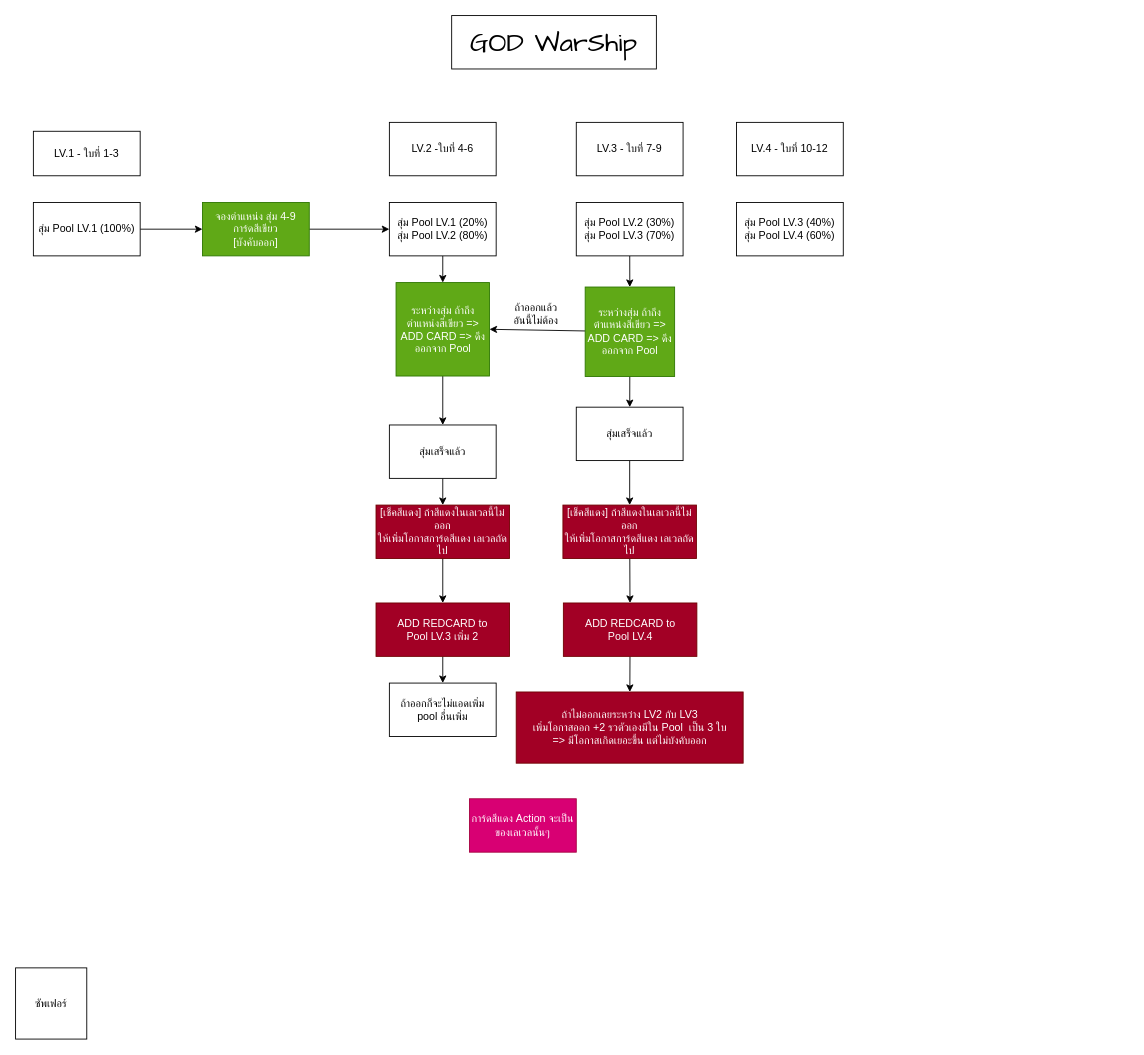
This is Assets/Game2_GodWorship/Scripts/Test.drawio from Tanayot-V/GamesFlexxBoardGame, a draw.io file, before an edit. Source tidied: cells renumbered, new cells numbered last; positions are measured from the earlier drawing's top-left corner, leaving out a move shared by most shapes. Both pictures are drawn from the tidied source at 89%, with x=0, y=0 at pixel (15, 15).
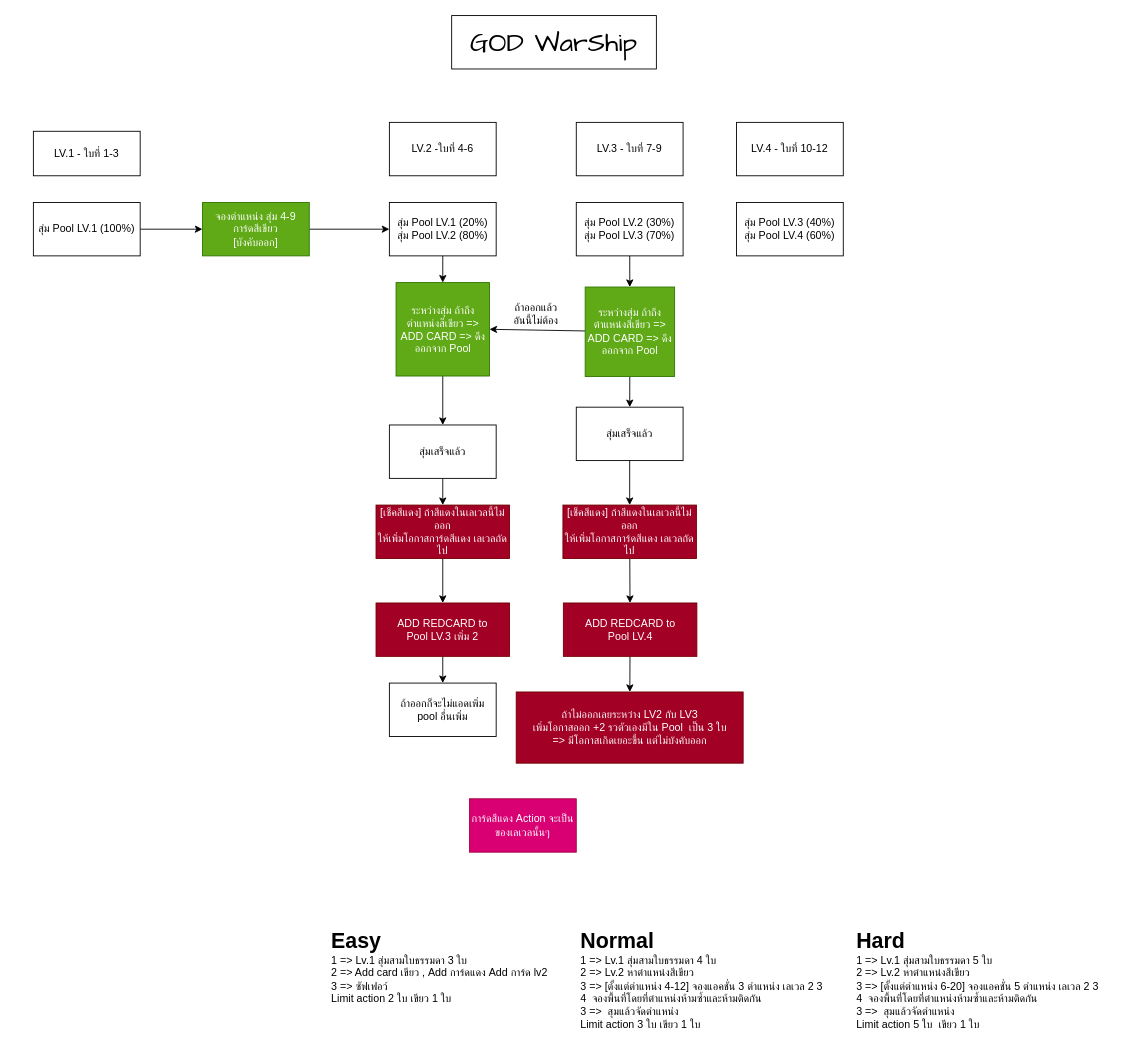
The same diagram, later.

What changed in the source:
```diff
@@
-    <mxCell id="37" value="ซัพเฟอร์" style="whiteSpace=wrap;html=1;" parent="1" vertex="1">
-      <mxGeometry y="1070" width="80" height="80" as="geometry" />
-    </mxCell>
+    <mxCell id="38" value="&lt;h1&gt;Easy&lt;br&gt;&lt;div style=&quot;font-size: 12px; font-weight: 400;&quot;&gt;&lt;span style=&quot;background-color: initial;&quot;&gt;1 =&amp;gt; Lv.1 สุ่มสามใบธรรมดา 3 ใบ&lt;/span&gt;&lt;/div&gt;&lt;div style=&quot;font-size: 12px; font-weight: 400;&quot;&gt;&lt;div&gt;&lt;span style=&quot;background-color: initial;&quot;&gt;2 =&amp;gt; Add card เขียว , Add การ์ดแดง Add การ์ด lv2&amp;nbsp;&lt;/span&gt;&lt;/div&gt;&lt;span style=&quot;background-color: initial;&quot;&gt;3 =&amp;gt; ซัฟเฟอว์&lt;br&gt;Limit action 2 ใบ&amp;nbsp;&lt;/span&gt;&lt;span style=&quot;background-color: initial;&quot;&gt;เขียว 1 ใบ&lt;/span&gt;&lt;/div&gt;&lt;/h1&gt;" style="text;html=1;strokeColor=none;fillColor=none;spacing=5;spacingTop=-20;whiteSpace=wrap;overflow=hidden;rounded=0;" parent="1" vertex="1">
+      <mxGeometry x="350" y="1020" width="270" height="120" as="geometry" />
+    </mxCell>
+    <mxCell id="39" value="&lt;h1&gt;Normal&lt;br&gt;&lt;div style=&quot;font-size: 12px; font-weight: 400;&quot;&gt;&lt;span style=&quot;background-color: initial;&quot;&gt;1 =&amp;gt; Lv.1 สุ่มสามใบธรรมดา 4 ใบ&lt;/span&gt;&lt;/div&gt;&lt;div style=&quot;font-size: 12px; font-weight: 400;&quot;&gt;&lt;div&gt;&lt;span style=&quot;background-color: initial;&quot;&gt;2 =&amp;gt; Lv.2 หาตำแหน่งสีเขียว&amp;nbsp;&lt;/span&gt;&lt;/div&gt;&lt;div&gt;&lt;span style=&quot;background-color: initial;&quot;&gt;3 =&amp;gt; [ตั้งแต่ตำแหน่ง 4-12] จองแอคชั่น 3 ตำแหน่ง เลเวล 2 3 4&amp;nbsp;&lt;/span&gt;&lt;span style=&quot;background-color: initial;&quot;&gt;&amp;nbsp;จองพื้นที่โดยที่ตำแหน่งห้ามซ้ำและห้ามติดกัน&lt;/span&gt;&lt;/div&gt;&lt;span style=&quot;background-color: initial;&quot;&gt;3 =&amp;gt;&amp;nbsp; สุมแล้วจัดตำแหน่ง&lt;/span&gt;&lt;/div&gt;&lt;div style=&quot;font-size: 12px; font-weight: 400;&quot;&gt;Limit action 3 ใบ เขียว 1 ใบ&lt;span style=&quot;background-color: initial;&quot;&gt;&lt;br&gt;&lt;/span&gt;&lt;/div&gt;&lt;/h1&gt;" style="text;html=1;strokeColor=none;fillColor=none;spacing=5;spacingTop=-20;whiteSpace=wrap;overflow=hidden;rounded=0;" parent="1" vertex="1">
+      <mxGeometry x="630" y="1020" width="310" height="120" as="geometry" />
+    </mxCell>
+    <mxCell id="40" value="&lt;h1&gt;Hard&lt;br&gt;&lt;div style=&quot;font-size: 12px; font-weight: 400;&quot;&gt;&lt;span style=&quot;background-color: initial;&quot;&gt;1 =&amp;gt; Lv.1 สุ่มสามใบธรรมดา 5 ใบ&lt;/span&gt;&lt;/div&gt;&lt;div style=&quot;font-size: 12px; font-weight: 400;&quot;&gt;&lt;div&gt;&lt;span style=&quot;background-color: initial;&quot;&gt;2 =&amp;gt; Lv.2 หาตำแหน่งสีเขียว&amp;nbsp;&lt;/span&gt;&lt;/div&gt;&lt;div&gt;&lt;span style=&quot;background-color: initial;&quot;&gt;3 =&amp;gt;&amp;nbsp;&lt;/span&gt;&lt;span style=&quot;background-color: initial;&quot;&gt;[ตั้งแต่ตำแหน่ง 6-20]&amp;nbsp;&lt;/span&gt;&lt;span style=&quot;background-color: initial;&quot;&gt;จองแอคชั่น 5 ตำแหน่ง เลเวล 2 3 4&amp;nbsp;&lt;/span&gt;&lt;span style=&quot;background-color: initial;&quot;&gt;&amp;nbsp;จองพื้นที่โดยที่ตำแหน่งห้ามซ้ำและห้ามติดกัน&lt;/span&gt;&lt;/div&gt;&lt;span style=&quot;background-color: initial;&quot;&gt;3 =&amp;gt;&amp;nbsp; สุมแล้วจัดตำแหน่ง&lt;/span&gt;&lt;/div&gt;&lt;div style=&quot;font-size: 12px; font-weight: 400;&quot;&gt;Limit action 5 ใบ&amp;nbsp;&amp;nbsp;&lt;span style=&quot;background-color: initial;&quot;&gt;เขียว 1 ใบ&lt;/span&gt;&lt;/div&gt;&lt;div style=&quot;font-size: 12px; font-weight: 400;&quot;&gt;&amp;nbsp;&lt;span style=&quot;background-color: initial;&quot;&gt;&lt;br&gt;&lt;/span&gt;&lt;/div&gt;&lt;/h1&gt;" style="text;html=1;strokeColor=none;fillColor=none;spacing=5;spacingTop=-20;whiteSpace=wrap;overflow=hidden;rounded=0;" parent="1" vertex="1">
+      <mxGeometry x="940" y="1020" width="310" height="120" as="geometry" />
+    </mxCell>
```
